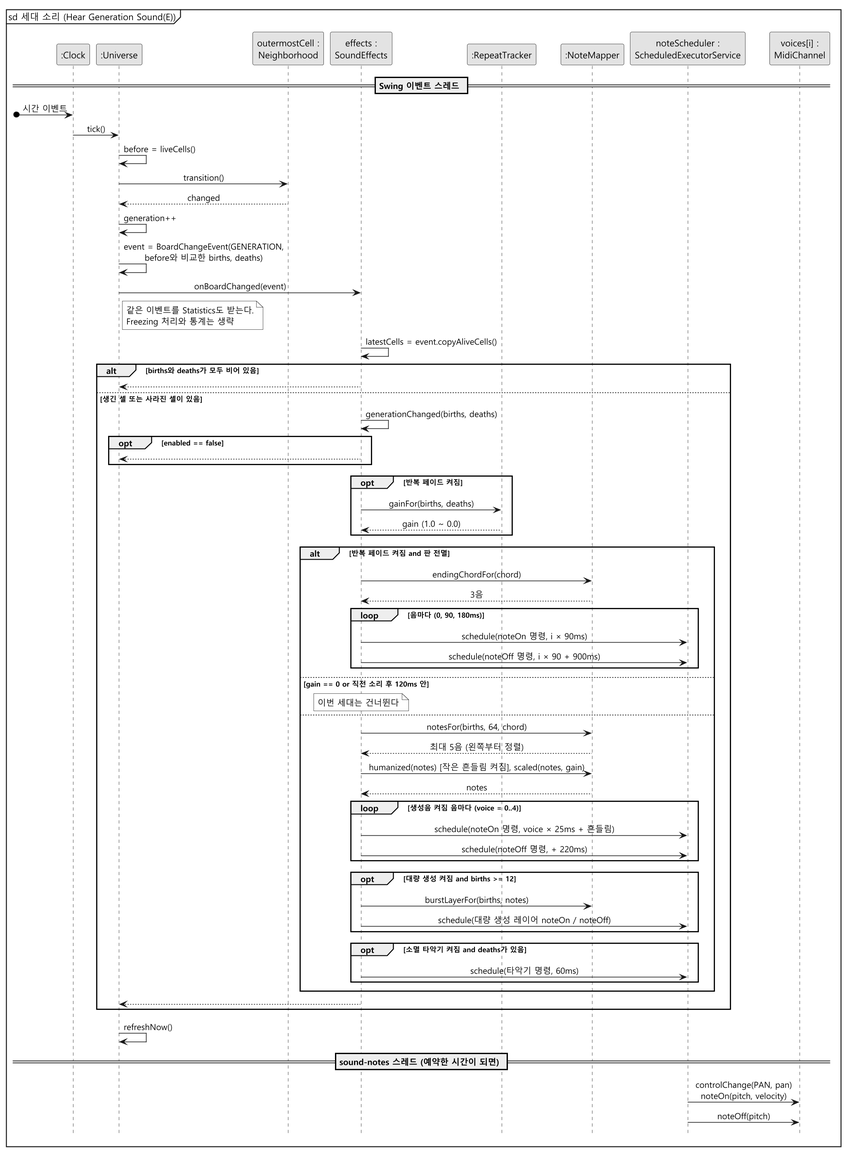
The PlantUML diagram docs/sound-effects/diagram/sd-generation.png in mckimR1972/DP_team_project, before a commit.
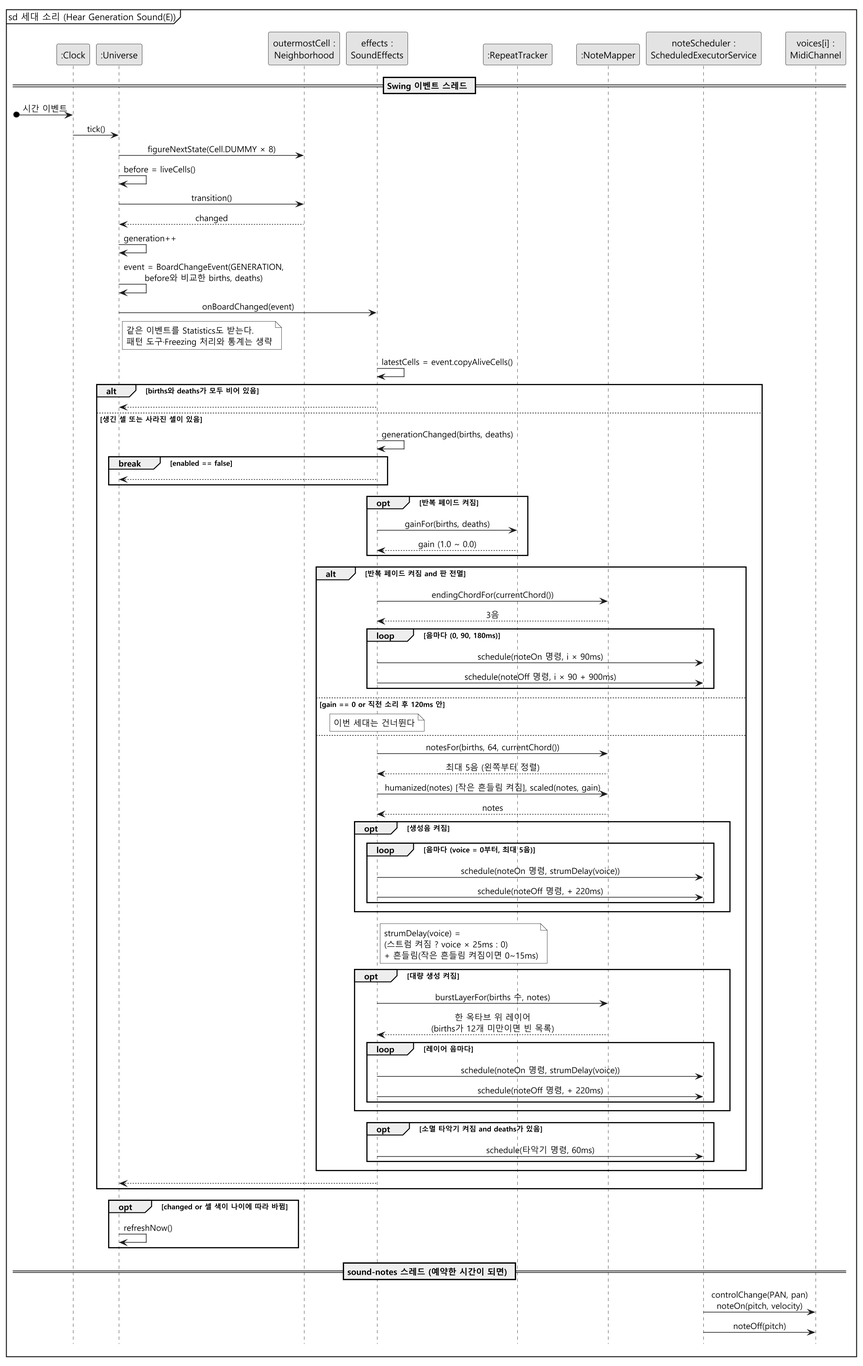
The same file after the commit.

Diff of the diagram source:
```diff
@@ -20,20 +20,21 @@
 
 [o-> C : 시간 이벤트
 C -> U : tick()
+U -> N : figureNextState(Cell.DUMMY × 8)
 U -> U : before = liveCells()
 U -> N : transition()
 N --> U : changed
 U -> U : generation++
 U -> U : event = BoardChangeEvent(GENERATION,\nbefore와 비교한 births, deaths)
 U -> S : onBoardChanged(event)
-note right of U : 같은 이벤트를 Statistics도 받는다.\nFreezing 처리와 통계는 생략
+note right of U : 같은 이벤트를 Statistics도 받는다.\n패턴 도구·Freezing 처리와 통계는 생략
 S -> S : latestCells = event.copyAliveCells()
 
 alt births와 deaths가 모두 비어 있음
   S --> U
 else 생긴 셀 또는 사라진 셀이 있음
   S -> S : generationChanged(births, deaths)
-  opt enabled == false
+  break enabled == false
     S --> U
   end
   opt 반복 페이드 켜짐
@@ -42,7 +43,7 @@
   end
 
   alt 반복 페이드 켜짐 and 판 전멸
-    S -> NM : endingChordFor(chord)
+    S -> NM : endingChordFor(currentChord())
     NM --> S : 3음
     loop 음마다 (0, 90, 180ms)
       S -> Q : schedule(noteOn 명령, i × 90ms)
@@ -51,17 +52,24 @@
   else gain == 0 or 직전 소리 후 120ms 안
     note over S : 이번 세대는 건너뛴다
   else
-    S -> NM : notesFor(births, 64, chord)
+    S -> NM : notesFor(births, 64, currentChord())
     NM --> S : 최대 5음 (왼쪽부터 정렬)
     S -> NM : humanized(notes) [작은 흔들림 켜짐], scaled(notes, gain)
     NM --> S : notes
-    loop 생성음 켜짐 음마다 (voice = 0..4)
-      S -> Q : schedule(noteOn 명령, voice × 25ms + 흔들림)
-      S -> Q : schedule(noteOff 명령, + 220ms)
+    opt 생성음 켜짐
+      loop 음마다 (voice = 0부터, 최대 5음)
+        S -> Q : schedule(noteOn 명령, strumDelay(voice))
+        S -> Q : schedule(noteOff 명령, + 220ms)
+      end
     end
-    opt 대량 생성 켜짐 and births >= 12
-      S -> NM : burstLayerFor(births, notes)
-      S -> Q : schedule(대량 생성 레이어 noteOn / noteOff)
+    note right of S : strumDelay(voice) =\n(스트럼 켜짐 ? voice × 25ms : 0)\n+ 흔들림(작은 흔들림 켜짐이면 0~15ms)
+    opt 대량 생성 켜짐
+      S -> NM : burstLayerFor(births 수, notes)
+      NM --> S : 한 옥타브 위 레이어\n(births가 12개 미만이면 빈 목록)
+      loop 레이어 음마다
+        S -> Q : schedule(noteOn 명령, strumDelay(voice))
+        S -> Q : schedule(noteOff 명령, + 220ms)
+      end
     end
     opt 소멸 타악기 켜짐 and deaths가 있음
       S -> Q : schedule(타악기 명령, 60ms)
@@ -69,7 +77,9 @@
   end
   S --> U
 end
-U -> U : refreshNow()
+opt changed or 셀 색이 나이에 따라 바뀜
+  U -> U : refreshNow()
+end
 
 == sound-notes 스레드 (예약한 시간이 되면) ==
 
```
